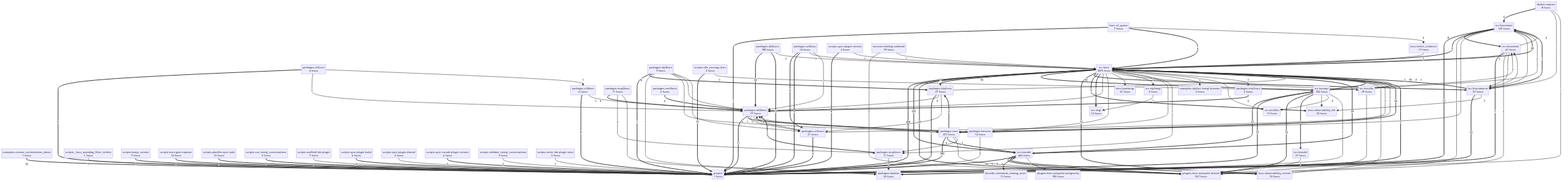
Earlier version of the Mermaid export project/compact_flow.png (semcod/koru). Its source is kept beside it as project/compact_flow.mmd.
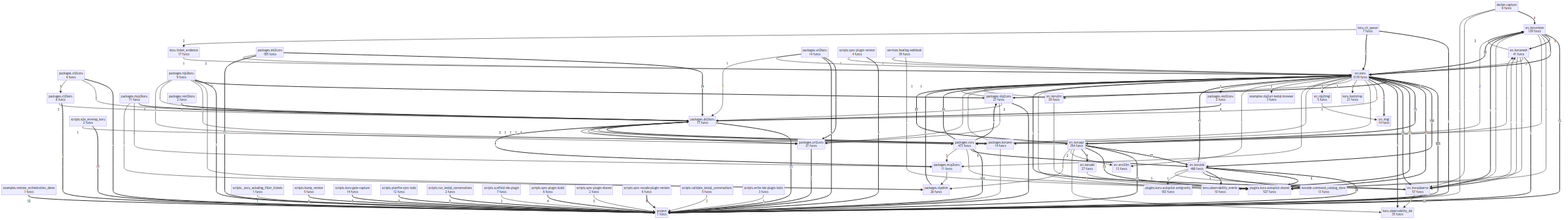
Above is the later version.

What changed in the source:
```diff
@@ -42,21 +42,21 @@
     services__healing_webhook["services.healing-webhook<br/>39 funcs"]
     src__env2llm["src.env2llm<br/>13 funcs"]
     src__imgl["src.imgl<br/>14 funcs"]
-    src__koru["src.koru<br/>3075 funcs"]
-    src__koruapi["src.koruapi<br/>352 funcs"]
+    src__koru["src.koru<br/>3139 funcs"]
+    src__koruapi["src.koruapi<br/>354 funcs"]
     src__korudsl["src.korudsl<br/>27 funcs"]
-    src__koruide["src.koruide<br/>466 funcs"]
+    src__koruide["src.koruide<br/>468 funcs"]
     src__korullm["src.korullm<br/>39 funcs"]
     src__korumesh["src.korumesh<br/>41 funcs"]
     src__koruobserve["src.koruobserve<br/>57 funcs"]
     src__koruvision["src.koruvision<br/>129 funcs"]
     src__nlp2imgl["src.nlp2imgl<br/>5 funcs"]
-    src__koru ==>|496| project
-    src__koru ==>|197| src__koruide
+    src__koru ==>|505| project
+    src__koru ==>|198| src__koruide
     packages__coru ==>|183| project
     src__koruapi ==>|97| src__koru
     src__koru ==>|47| plugins__koru_autopilot_shared
-    src__koruide ==>|39| src__koru
+    src__koruide ==>|41| src__koru
     packages__dsl2coru ==>|34| packages__dsl2koru
     packages__coru ==>|34| src__koru
     src__koruapi ==>|27| src__koruide
@@ -167,6 +167,7 @@
     src__korumesh -->|1| src__koruobserve
     src__nlp2imgl -->|1| src__imgl
     src__koruide -->|1| plugins__koru_autopilot_antigravity
+    src__koruide -->|1| src__koruobserve
     src__koru -->|1| packages__mcp2coru
     koru__ticket_evidence -->|1| src__koru
     koru__observability_events -->|1| src__koru
```
